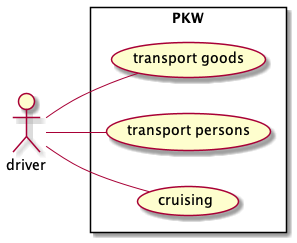
Above: asciidocs/images/ucd1.png in 2122-3bhitm-itp/2122-3bhitm-itp-lecture-notes (PlantUML), before the change. Its diagram source:
```plantuml
@startuml
left to right direction
actor "driver" as fc
rectangle PKW {
  usecase "transport goods" as UCGOODS
  usecase "transport persons" as UCPERSONS
  usecase "cruising" as UCCRUISE
}
fc -- UCGOODS
fc -- UCPERSONS
fc -- UCCRUISE
@enduml
```
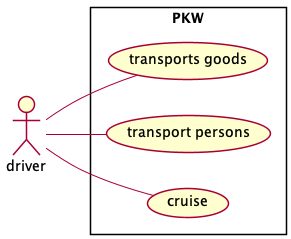
After the change.

What changed in the source:
```diff
@@ -1,12 +1,16 @@
 @startuml
+skinparam backgroundColor transparent
+skinparam shadowing false
+
 left to right direction
+
 actor "driver" as fc
 rectangle PKW {
-  usecase "transport goods" as UCGOODS
-  usecase "transport persons" as UCPERSONS
-  usecase "cruising" as UCCRUISE
+    usecase "transports goods" as UCGOODS
+    usecase "transport persons" as UCPERSON
+    usecase "cruise" as UCCRUISE
 }
 fc -- UCGOODS
-fc -- UCPERSONS
+fc -- UCPERSON
 fc -- UCCRUISE
 @enduml
```
